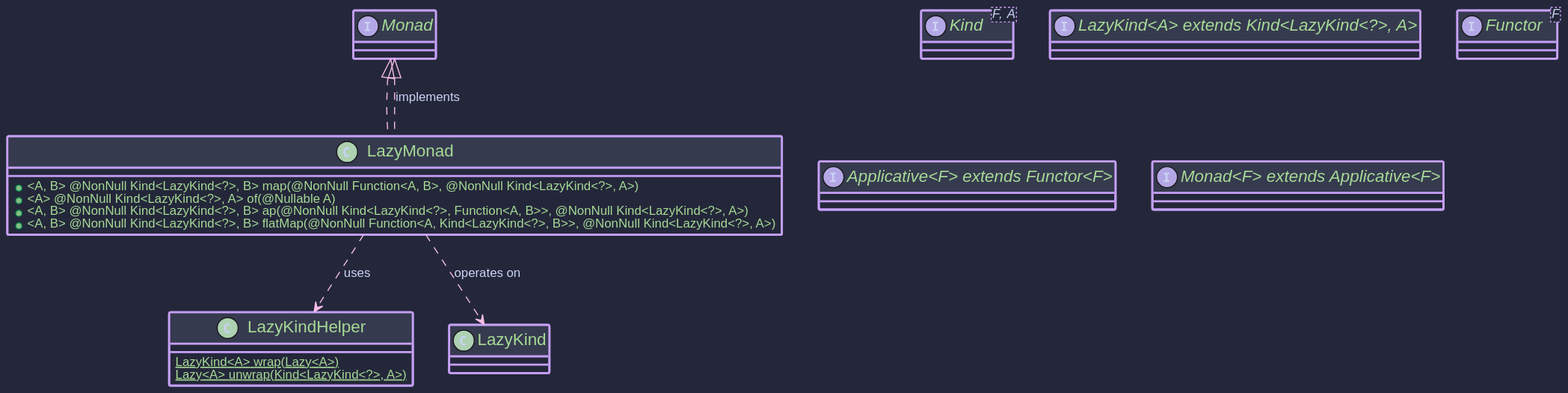
Before: hkj-book/src/images/puml/lazy_monad.svg, a diagram exported from PlantUML (higher-kinded-j/higher-kinded-j). Source of this version:
```plantuml
@startuml
!include https://raw.githubusercontent.com/ncosta-ic/catppuccin-macchiato-plantuml-theme/main/theme.puml
interface Kind<F, A>
interface "LazyKind<A> extends Kind<LazyKind<?>, A>"
interface Functor<F>
interface "Applicative<F> extends Functor<F>"
interface "Monad<F> extends Applicative<F>"

class LazyKindHelper {
 {static} LazyKind<A> wrap(Lazy<A>)
 {static} Lazy<A> unwrap(Kind<LazyKind<?>, A>)
}

class LazyMonad implements Monad<LazyKind<?>> {
 + <A, B> @NonNull Kind<LazyKind<?>, B> map(@NonNull Function<A, B>, @NonNull Kind<LazyKind<?>, A>)
 + <A> @NonNull Kind<LazyKind<?>, A> of(@Nullable A)
 + <A, B> @NonNull Kind<LazyKind<?>, B> ap(@NonNull Kind<LazyKind<?>, Function<A, B>>, @NonNull Kind<LazyKind<?>, A>)
 + <A, B> @NonNull Kind<LazyKind<?>, B> flatMap(@NonNull Function<A, Kind<LazyKind<?>, B>>, @NonNull Kind<LazyKind<?>, A>)
}

LazyMonad .u.|> Monad : implements
LazyMonad ..> LazyKindHelper : uses
LazyMonad ..> LazyKind : operates on
@enduml
```
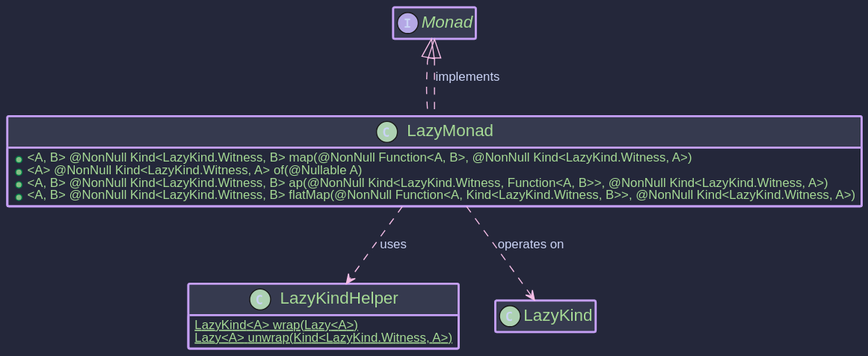
The same diagram one commit later.

Change to the diagram source:
```diff
@@ -1,21 +1,19 @@
 @startuml
 !include https://raw.githubusercontent.com/ncosta-ic/catppuccin-macchiato-plantuml-theme/main/theme.puml
-interface Kind<F, A>
-interface "LazyKind<A> extends Kind<LazyKind<?>, A>"
-interface Functor<F>
-interface "Applicative<F> extends Functor<F>"
-interface "Monad<F> extends Applicative<F>"
+hide empty members
+
+
 
 class LazyKindHelper {
  {static} LazyKind<A> wrap(Lazy<A>)
- {static} Lazy<A> unwrap(Kind<LazyKind<?>, A>)
+ {static} Lazy<A> unwrap(Kind<LazyKind.Witness, A>)
 }
 
-class LazyMonad implements Monad<LazyKind<?>> {
- + <A, B> @NonNull Kind<LazyKind<?>, B> map(@NonNull Function<A, B>, @NonNull Kind<LazyKind<?>, A>)
- + <A> @NonNull Kind<LazyKind<?>, A> of(@Nullable A)
- + <A, B> @NonNull Kind<LazyKind<?>, B> ap(@NonNull Kind<LazyKind<?>, Function<A, B>>, @NonNull Kind<LazyKind<?>, A>)
- + <A, B> @NonNull Kind<LazyKind<?>, B> flatMap(@NonNull Function<A, Kind<LazyKind<?>, B>>, @NonNull Kind<LazyKind<?>, A>)
+class LazyMonad implements Monad<LazyKind.Witness> {
+ + <A, B> @NonNull Kind<LazyKind.Witness, B> map(@NonNull Function<A, B>, @NonNull Kind<LazyKind.Witness, A>)
+ + <A> @NonNull Kind<LazyKind.Witness, A> of(@Nullable A)
+ + <A, B> @NonNull Kind<LazyKind.Witness, B> ap(@NonNull Kind<LazyKind.Witness, Function<A, B>>, @NonNull Kind<LazyKind.Witness, A>)
+ + <A, B> @NonNull Kind<LazyKind.Witness, B> flatMap(@NonNull Function<A, Kind<LazyKind.Witness, B>>, @NonNull Kind<LazyKind.Witness, A>)
 }
 
 LazyMonad .u.|> Monad : implements
```
